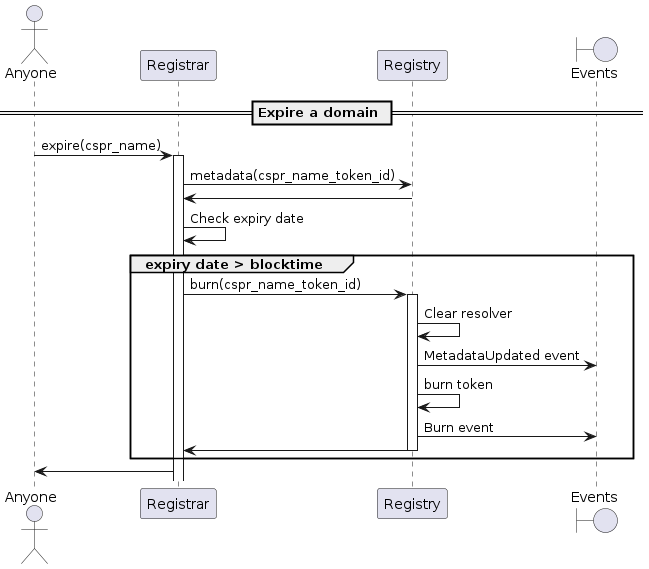
The PlantUML diagram docs/sequence-diagrams/puml/expire-domain.png in make-software/cspr-name-contracts, before a commit.
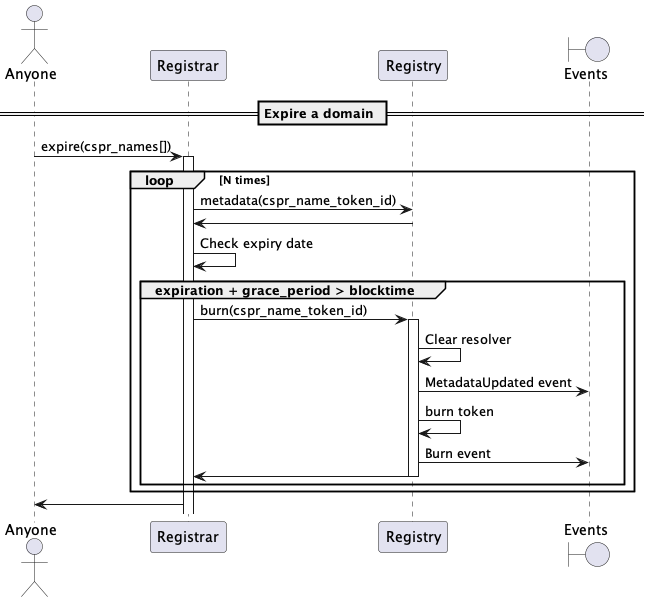
Later version of the same file.

What changed in the source:
```diff
@@ -7,21 +7,24 @@
 
 == Expire a domain ==
 
-"Anyone" -> "Registrar": expire(cspr_name)
+"Anyone" -> "Registrar": expire(cspr_names[])
 activate Registrar
-Registrar -> Registry: metadata(cspr_name_token_id)
-Registry -> Registrar
-Registrar -> Registrar: Check expiry date
-group expiry date > blocktime
-    Registrar -> Registry: burn(cspr_name_token_id)
-    activate Registry
-    Registry -> Registry: Clear resolver
-    Registry -> "Events": MetadataUpdated event
-    Registry -> Registry: burn token
-    Registry -> "Events": Burn event
+loop N times
+    Registrar -> Registry: metadata(cspr_name_token_id)
     Registry -> Registrar
-    deactivate Registry
+    Registrar -> Registrar: Check expiry date
+    group expiration + grace_period > blocktime
+        Registrar -> Registry: burn(cspr_name_token_id)
+        activate Registry
+        Registry -> Registry: Clear resolver
+        Registry -> "Events": MetadataUpdated event
+        Registry -> Registry: burn token
+        Registry -> "Events": Burn event
+        Registry -> Registrar
+        deactivate Registry
+    end
 end
+
 Registrar -> "Anyone"
 
 @enduml
```
